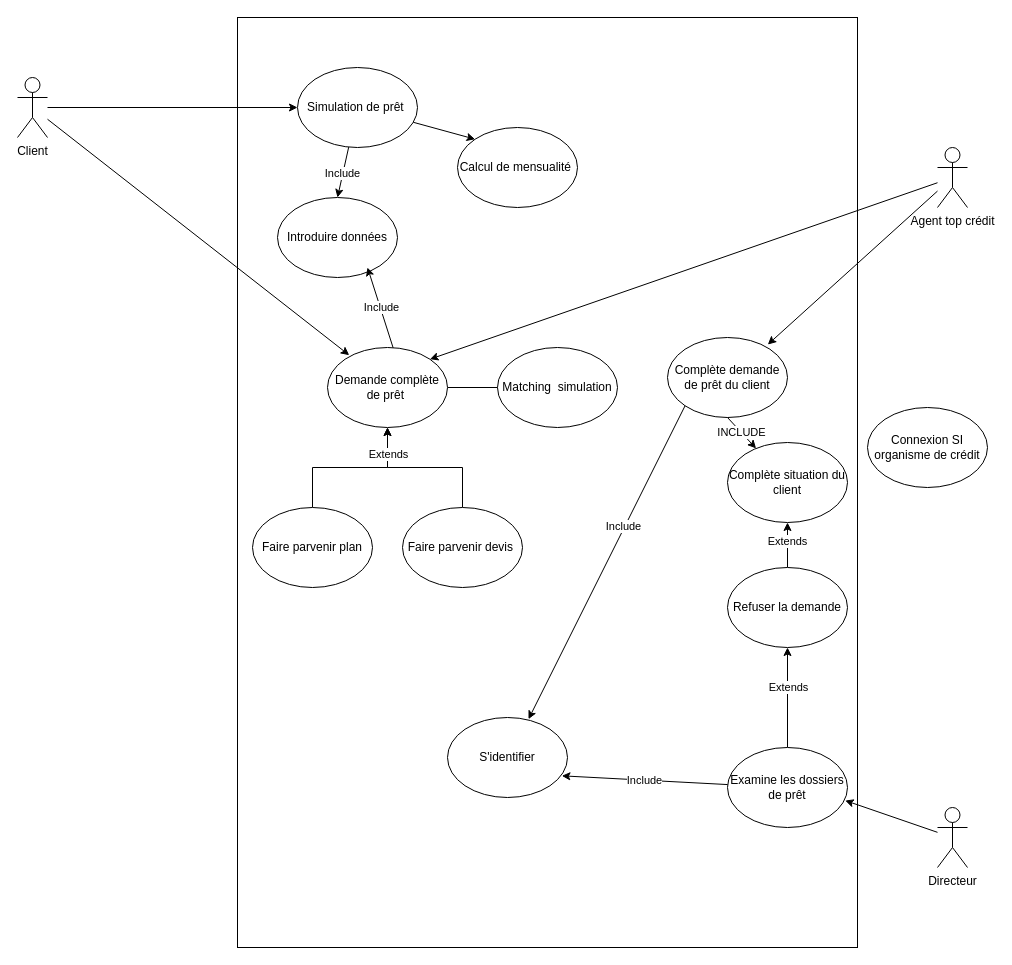
michaelnba23/Ichec keeps this draw.io diagram as Top crédit.drawio. Above is the earlier version. Source tidied: cells renumbered, new cells numbered last; positions are measured from the earlier drawing's top-left corner, leaving out a move shared by most shapes. Both pictures are drawn from the tidied source at 100%, with x=0, y=0 at pixel (17, 17).
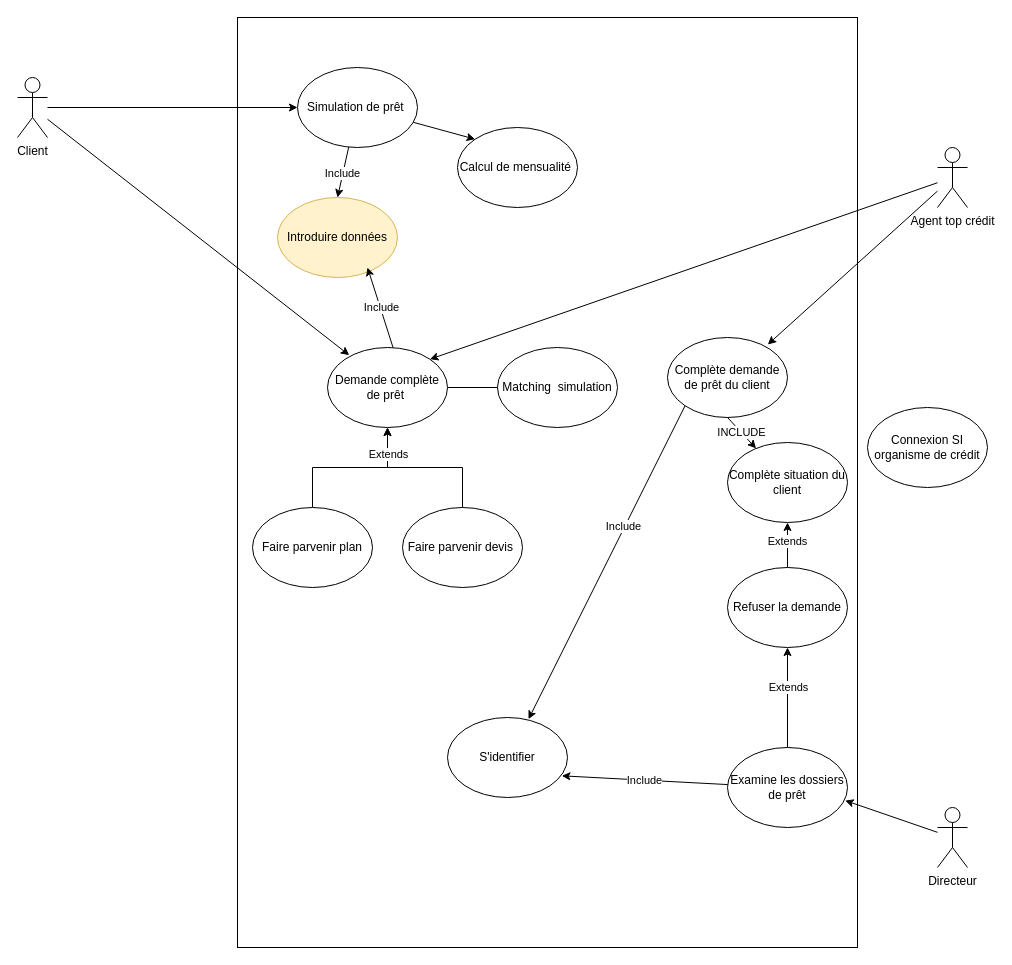
After the change.

Commit message:
Mettre à jour Top crédit.drawio

The edit, as a diff of the source:
```diff
@@
-    <mxCell id="25" value="Introduire données" style="ellipse;whiteSpace=wrap;html=1;" parent="1" vertex="1">
+    <mxCell id="25" value="Introduire données" style="ellipse;whiteSpace=wrap;html=1;fillColor=#fff2cc;strokeColor=#d6b656;" parent="1" vertex="1">
       <mxGeometry x="260" y="180" width="120" height="80" as="geometry" />
     </mxCell>
```
